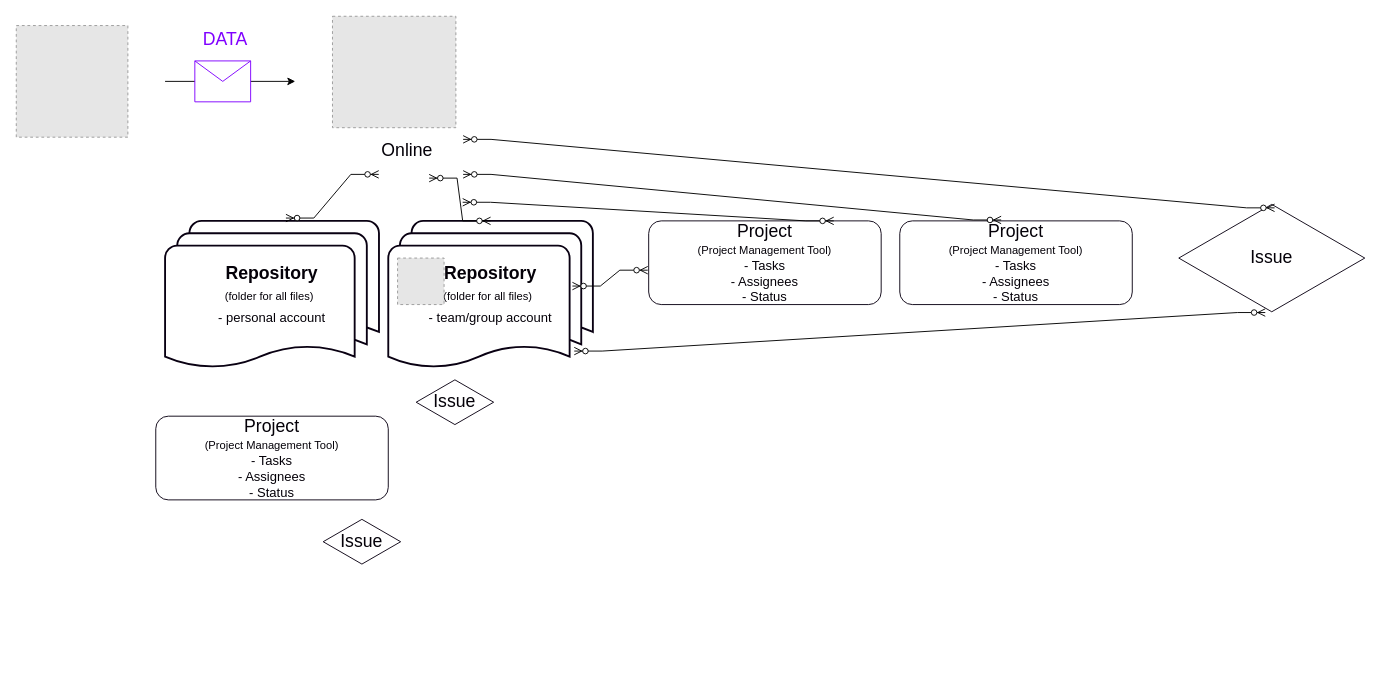
Earlier version of the draw.io diagram Untitled Diagram.drawio (camrynallen/CamrynDAllen). Source tidied: cells renumbered, new cells numbered last; positions are measured from the earlier drawing's top-left corner, leaving out a move shared by most shapes. Both pictures are drawn from the tidied source at 93%, with x=0, y=0 at pixel (16, 16). Pictures stored in the file or linked from it are replaced by grey dashed boxes.
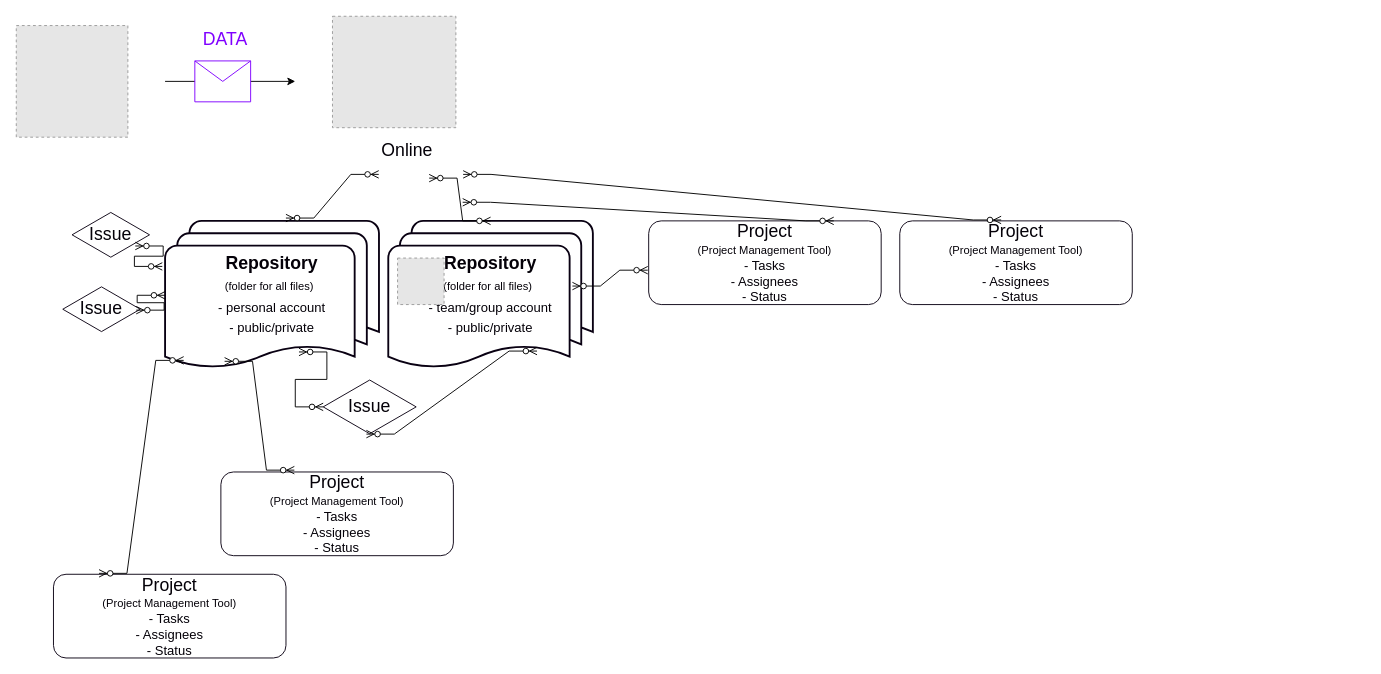
The same diagram, later.

The change refers to these unchanged cells:
```xml
<mxCell id="8" value="Online" style="text;html=1;strokeColor=none;fillColor=none;align=center;verticalAlign=middle;whiteSpace=wrap;rounded=0;fontSize=19;fontColor=#040008;" parent="6" vertex="1">
  <mxGeometry x="19.5" y="119.8" width="121" height="50.2" as="geometry" />
</mxCell>
```

Change to the diagram source:
```diff
@@
     <mxCell id="10" value="&lt;font style=&quot;font-size: 19px;&quot;&gt;Project&lt;/font&gt;&lt;br&gt;&lt;font style=&quot;font-size: 12px;&quot;&gt;(Project Management Tool)&lt;br&gt;&lt;/font&gt;- Tasks&lt;br&gt;- Assignees&lt;br&gt;- Status" style="rounded=1;whiteSpace=wrap;html=1;strokeColor=#090012;fontSize=14;fontColor=#040008;" parent="1" vertex="1">
-      <mxGeometry x="150" y="430" width="250" height="90" as="geometry" />
+      <mxGeometry x="220" y="490" width="250" height="90" as="geometry" />
     </mxCell>
@@
-    <mxCell id="12" value="&lt;b&gt;Repository&lt;br&gt;&lt;/b&gt;&lt;font style=&quot;font-size: 12px;&quot;&gt;(folder for all files)&lt;/font&gt;&amp;nbsp;&lt;br&gt;&lt;font style=&quot;font-size: 14px;&quot;&gt;- personal account&lt;/font&gt;" style="strokeWidth=2;html=1;shape=mxgraph.flowchart.multi-document;whiteSpace=wrap;strokeColor=#090012;fontSize=19;fontColor=#040008;" parent="1" vertex="1">
+    <mxCell id="12" value="&lt;b&gt;Repository&lt;br&gt;&lt;/b&gt;&lt;font style=&quot;font-size: 12px;&quot;&gt;(folder for all files)&lt;/font&gt;&amp;nbsp;&lt;br&gt;&lt;font style=&quot;font-size: 14px;&quot;&gt;- personal account&lt;br&gt;- public/private&lt;br&gt;&lt;/font&gt;" style="strokeWidth=2;html=1;shape=mxgraph.flowchart.multi-document;whiteSpace=wrap;strokeColor=#090012;fontSize=19;fontColor=#040008;" parent="1" vertex="1">
       <mxGeometry x="160" y="220" width="230" height="160" as="geometry" />
     </mxCell>
-    <mxCell id="13" value="&lt;b&gt;Repository&lt;br&gt;&lt;/b&gt;&lt;font style=&quot;font-size: 12px;&quot;&gt;(folder for all files)&lt;/font&gt;&amp;nbsp;&lt;br&gt;&lt;font style=&quot;font-size: 14px;&quot;&gt;- team/group account&lt;/font&gt;" style="strokeWidth=2;html=1;shape=mxgraph.flowchart.multi-document;whiteSpace=wrap;strokeColor=#090012;fontSize=19;fontColor=#040008;" parent="1" vertex="1">
+    <mxCell id="13" value="&lt;b&gt;Repository&lt;br&gt;&lt;/b&gt;&lt;font style=&quot;font-size: 12px;&quot;&gt;(folder for all files)&lt;/font&gt;&amp;nbsp;&lt;br&gt;&lt;font style=&quot;font-size: 14px;&quot;&gt;- team/group account&lt;br&gt;- public/private&lt;br&gt;&lt;/font&gt;" style="strokeWidth=2;html=1;shape=mxgraph.flowchart.multi-document;whiteSpace=wrap;strokeColor=#090012;fontSize=19;fontColor=#040008;" parent="1" vertex="1">
       <mxGeometry x="400" y="220" width="220" height="160" as="geometry" />
     </mxCell>
@@
     <mxCell id="15" value="Issue" style="html=1;whiteSpace=wrap;shape=isoRectangle;strokeColor=#090012;fontSize=19;fontColor=#040008;" parent="1" vertex="1">
-      <mxGeometry x="430" y="390" width="83.3" height="50" as="geometry" />
+      <mxGeometry x="60" y="210" width="83.3" height="50" as="geometry" />
     </mxCell>
     <mxCell id="16" value="Issue" style="html=1;whiteSpace=wrap;shape=isoRectangle;strokeColor=#090012;fontSize=19;fontColor=#040008;" parent="1" vertex="1">
-      <mxGeometry x="1250" y="200" width="200" height="120" as="geometry" />
+      <mxGeometry x="330" y="390" width="100" height="60" as="geometry" />
     </mxCell>
     <mxCell id="17" value="Issue" style="html=1;whiteSpace=wrap;shape=isoRectangle;strokeColor=#090012;fontSize=19;fontColor=#040008;" parent="1" vertex="1">
-      <mxGeometry x="330" y="540" width="83.3" height="50" as="geometry" />
+      <mxGeometry x="50" y="290" width="83.3" height="50" as="geometry" />
     </mxCell>
@@
-    <mxCell id="19" style="edgeStyle=entityRelationEdgeStyle;fontSize=12;html=1;endArrow=ERzeroToMany;endFill=1;startArrow=ERzeroToMany;rounded=0;fontColor=#040008;entryX=0.515;entryY=0.05;entryDx=0;entryDy=0;entryPerimeter=0;exitX=1;exitY=0.25;exitDx=0;exitDy=0;" parent="1" edge="1" source="8" target="16">
-      <mxGeometry relative="1" as="geometry" />
-    </mxCell>
@@
-    <mxCell id="24" style="edgeStyle=entityRelationEdgeStyle;fontSize=12;html=1;endArrow=ERzeroToMany;endFill=1;startArrow=ERzeroToMany;rounded=0;fontColor=#040008;exitX=0.909;exitY=0.875;exitDx=0;exitDy=0;exitPerimeter=0;entryX=0.465;entryY=0.988;entryDx=0;entryDy=0;entryPerimeter=0;" parent="1" edge="1" source="13" target="16">
+    <mxCell id="24" style="edgeStyle=entityRelationEdgeStyle;fontSize=12;html=1;endArrow=ERzeroToMany;endFill=1;startArrow=ERzeroToMany;rounded=0;fontColor=#040008;entryX=0.465;entryY=0.988;entryDx=0;entryDy=0;entryPerimeter=0;exitX=0.727;exitY=0.875;exitDx=0;exitDy=0;exitPerimeter=0;" parent="1" edge="1" source="13" target="16">
       <mxGeometry relative="1" as="geometry" />
     </mxCell>
+    <mxCell id="25" style="edgeStyle=entityRelationEdgeStyle;fontSize=12;html=1;endArrow=ERzeroToMany;endFill=1;startArrow=ERzeroToMany;rounded=0;fontColor=#040008;exitX=0.626;exitY=0.881;exitDx=0;exitDy=0;exitPerimeter=0;" parent="1" edge="1" source="12" target="16">
+      <mxGeometry relative="1" as="geometry" />
+    </mxCell>
+    <mxCell id="26" style="edgeStyle=entityRelationEdgeStyle;fontSize=12;html=1;endArrow=ERzeroToMany;endFill=1;startArrow=ERzeroToMany;rounded=0;fontColor=#040008;entryX=0.948;entryY=0.52;entryDx=0;entryDy=0;entryPerimeter=0;" parent="1" edge="1" source="12" target="17">
+      <mxGeometry relative="1" as="geometry" />
+    </mxCell>
+    <mxCell id="27" style="edgeStyle=entityRelationEdgeStyle;fontSize=12;html=1;endArrow=ERzeroToMany;endFill=1;startArrow=ERzeroToMany;rounded=0;fontColor=#040008;entryX=0.816;entryY=0.74;entryDx=0;entryDy=0;entryPerimeter=0;exitX=-0.013;exitY=0.306;exitDx=0;exitDy=0;exitPerimeter=0;" parent="1" edge="1" source="12" target="15">
+      <mxGeometry relative="1" as="geometry" />
+    </mxCell>
+    <mxCell id="28" style="edgeStyle=entityRelationEdgeStyle;fontSize=12;html=1;endArrow=ERzeroToMany;endFill=1;startArrow=ERzeroToMany;rounded=0;fontColor=#040008;exitX=0.626;exitY=0.881;exitDx=0;exitDy=0;exitPerimeter=0;entryX=0.316;entryY=-0.022;entryDx=0;entryDy=0;entryPerimeter=0;" parent="1" edge="1" target="10">
+      <mxGeometry relative="1" as="geometry">
+        <mxPoint x="224" y="371" as="sourcePoint" />
+      </mxGeometry>
+    </mxCell>
+    <mxCell id="29" value="&lt;font style=&quot;font-size: 19px;&quot;&gt;Project&lt;/font&gt;&lt;br&gt;&lt;font style=&quot;font-size: 12px;&quot;&gt;(Project Management Tool)&lt;br&gt;&lt;/font&gt;- Tasks&lt;br&gt;- Assignees&lt;br&gt;- Status" style="rounded=1;whiteSpace=wrap;html=1;strokeColor=#090012;fontSize=14;fontColor=#040008;" parent="1" vertex="1">
+      <mxGeometry x="40" y="600" width="250" height="90" as="geometry" />
+    </mxCell>
+    <mxCell id="30" style="edgeStyle=entityRelationEdgeStyle;fontSize=12;html=1;endArrow=ERzeroToMany;endFill=1;startArrow=ERzeroToMany;rounded=0;exitX=0.196;exitY=-0.011;exitDx=0;exitDy=0;exitPerimeter=0;" parent="1" edge="1" source="29">
+      <mxGeometry relative="1" as="geometry">
+        <mxPoint x="180" y="370" as="targetPoint" />
+      </mxGeometry>
+    </mxCell>
```
